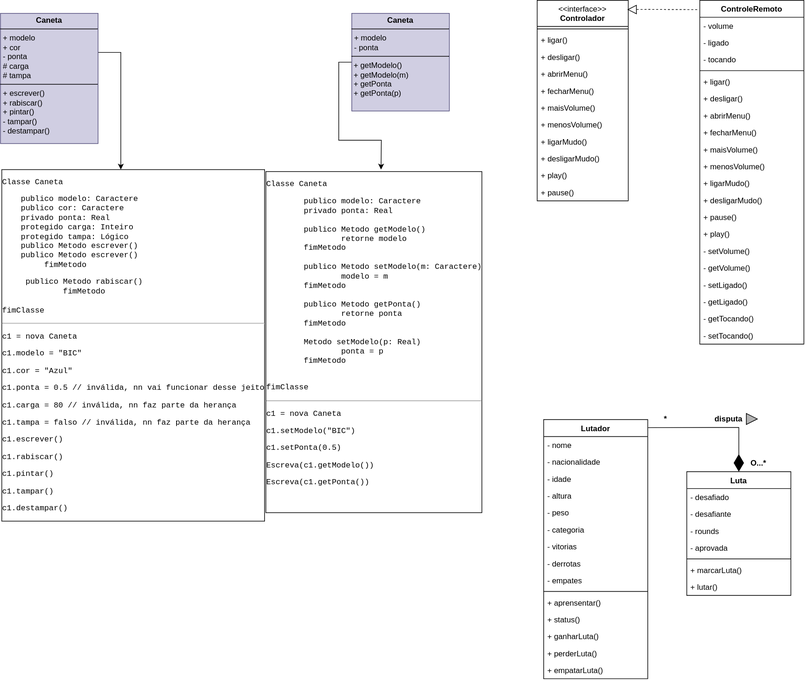
This is VSCode/curso-em-video/Java/diagrams.svg from ryujin-n/Programming, a draw.io export, as it was before one commit. Source tidied: cells renumbered, new cells last; positions are measured from the earlier drawing's top-left corner, leaving out a move shared by most shapes.
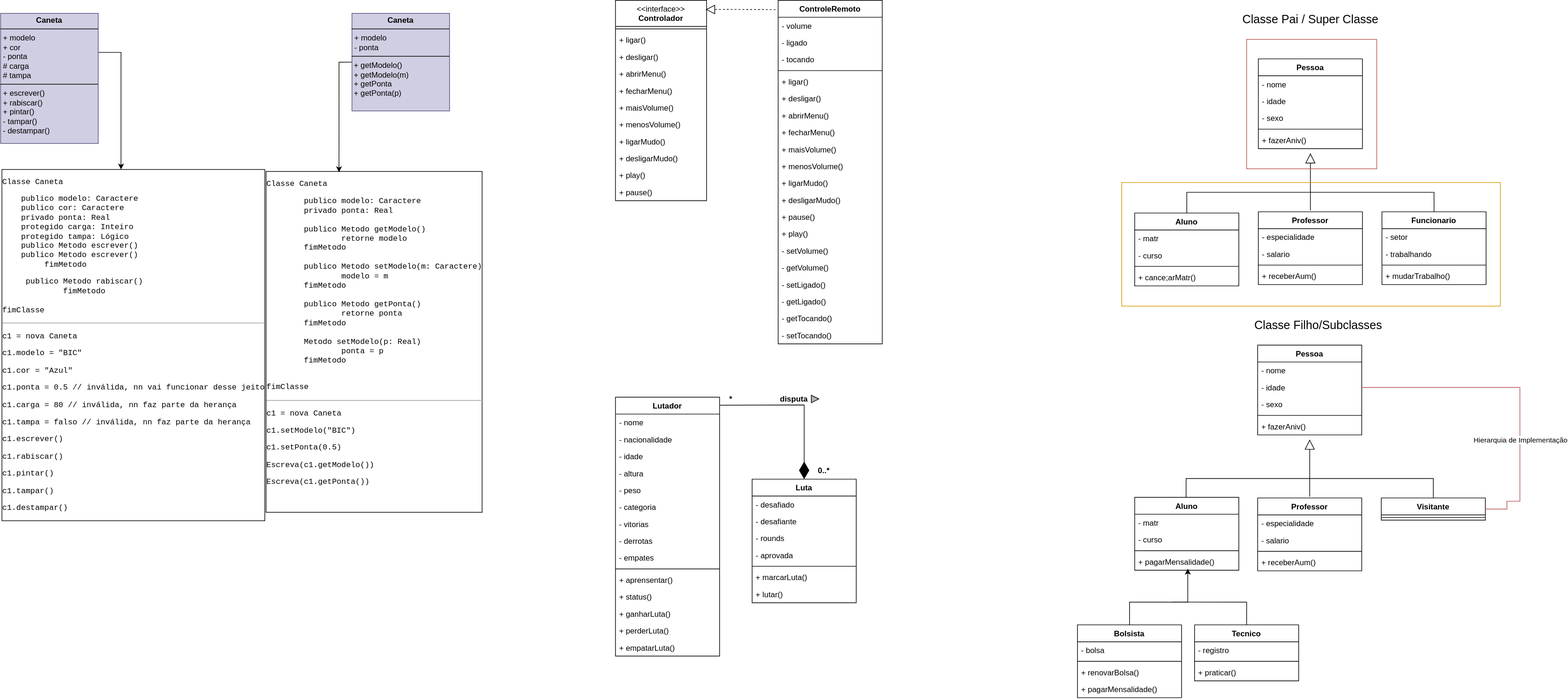
The same diagram one commit later.

Change to the diagram source:
```diff
@@ -5,3 +5,3 @@
     <mxCell id="2" value="&amp;lt;&amp;lt;interface&amp;gt;&amp;gt;&lt;br&gt;&lt;b&gt;Controlador&lt;/b&gt;" style="swimlane;fontStyle=0;align=center;verticalAlign=top;horizontal=1;startSize=40;html=1;whiteSpace=wrap;" parent="1" vertex="1">
-      <mxGeometry x="825" width="140" height="308" as="geometry" />
+      <mxGeometry x="945" width="140" height="308" as="geometry" />
     </mxCell>
@@ -41,3 +41,3 @@
     <mxCell id="14" value="ControleRemoto" style="swimlane;fontStyle=1;align=center;verticalAlign=top;horizontal=1;startSize=26;whiteSpace=wrap;html=1;" parent="1" vertex="1">
-      <mxGeometry x="1075" width="160" height="528" as="geometry" />
+      <mxGeometry x="1195" width="160" height="528" as="geometry" />
     </mxCell>
@@ -106,3 +106,3 @@
         <Array as="points">
-          <mxPoint x="995" y="14" />
+          <mxPoint x="1115" y="14" />
         </Array>
@@ -111,3 +111,3 @@
     <mxCell id="36" value="Lutador" style="swimlane;fontStyle=1;align=center;verticalAlign=top;horizontal=1;startSize=26;whiteSpace=wrap;html=1;" parent="1" vertex="1">
-      <mxGeometry x="835" y="644" width="160" height="398" as="geometry" />
+      <mxGeometry x="945" y="610" width="160" height="398" as="geometry" />
     </mxCell>
@@ -159,3 +159,3 @@
     <mxCell id="52" value="Luta" style="swimlane;fontStyle=1;align=center;verticalAlign=top;horizontal=1;startSize=26;whiteSpace=wrap;html=1;" parent="1" vertex="1">
-      <mxGeometry x="1055" y="724" width="160" height="190" as="geometry" />
+      <mxGeometry x="1155" y="736" width="160" height="190" as="geometry" />
     </mxCell>
@@ -185,3 +185,3 @@
         <Array as="points">
-          <mxPoint x="1135" y="656" />
+          <mxPoint x="1235" y="622" />
         </Array>
@@ -202,5 +202,7 @@
     </mxCell>
-    <mxCell id="64" style="edgeStyle=orthogonalEdgeStyle;rounded=0;jettySize=auto;html=1;exitX=0;exitY=0.5;exitDx=0;exitDy=0;entryX=0.5;entryY=0;entryDx=0;entryDy=0;" parent="1" edge="1" source="65">
+    <mxCell id="64" style="edgeStyle=orthogonalEdgeStyle;rounded=0;jettySize=auto;html=1;exitX=0;exitY=0.5;exitDx=0;exitDy=0;entryX=0.368;entryY=0.008;entryDx=0;entryDy=0;entryPerimeter=0;" parent="1" edge="1" source="65" target="66">
       <mxGeometry relative="1" as="geometry">
-        <mxPoint x="585" y="260" as="targetPoint" />
+        <Array as="points">
+          <mxPoint x="520" y="95" />
+        </Array>
       </mxGeometry>
@@ -214,10 +216,239 @@
     <mxCell id="67" value="*&amp;nbsp; &amp;nbsp; &amp;nbsp; &amp;nbsp; &amp;nbsp; &amp;nbsp; &amp;nbsp; &amp;nbsp; &amp;nbsp; &amp;nbsp; &amp;nbsp; disputa" style="text;align=center;fontStyle=1;verticalAlign=middle;spacingLeft=3;spacingRight=3;strokeColor=none;html=1;" parent="1" vertex="1">
-      <mxGeometry x="1015" y="630" width="130" height="26" as="geometry" />
+      <mxGeometry x="1115" y="600" width="130" height="26" as="geometry" />
     </mxCell>
-    <mxCell id="68" value="O...*" style="text;align=center;fontStyle=1;verticalAlign=middle;spacingLeft=3;spacingRight=3;strokeColor=none;html=1;" parent="1" vertex="1">
-      <mxGeometry x="1125" y="698" width="80" height="26" as="geometry" />
+    <mxCell id="68" value="0..*" style="text;align=center;fontStyle=1;verticalAlign=middle;spacingLeft=3;spacingRight=3;strokeColor=none;html=1;" parent="1" vertex="1">
+      <mxGeometry x="1225" y="710" width="80" height="26" as="geometry" />
     </mxCell>
     <mxCell id="69" style="triangle;whiteSpace=wrap;html=1;fillColor=#B3B3B3;strokeColor=#000000;fillStyle=solid;" parent="1" vertex="1">
-      <mxGeometry x="1146.5" y="634.5" width="17" height="17" as="geometry" />
+      <mxGeometry x="1246" y="607" width="11.5" height="11.5" as="geometry" />
     </mxCell>
+    <mxCell id="70" value="Pessoa" style="swimlane;fontStyle=1;align=center;verticalAlign=top;horizontal=1;startSize=26;whiteSpace=wrap;html=1;" parent="1" vertex="1">
+      <mxGeometry x="1933" y="90" width="160" height="138" as="geometry" />
+    </mxCell>
+    <mxCell id="71" value="- nome" style="text;strokeColor=none;fillColor=none;align=left;verticalAlign=top;spacingLeft=4;spacingRight=4;overflow=hidden;whiteSpace=wrap;html=1;" parent="70" vertex="1">
+      <mxGeometry y="26" width="160" height="26" as="geometry" />
+    </mxCell>
+    <mxCell id="72" value="- idade" style="text;strokeColor=none;fillColor=none;align=left;verticalAlign=top;spacingLeft=4;spacingRight=4;overflow=hidden;whiteSpace=wrap;html=1;" parent="70" vertex="1">
+      <mxGeometry y="52" width="160" height="26" as="geometry" />
+    </mxCell>
+    <mxCell id="73" value="- sexo" style="text;strokeColor=none;fillColor=none;align=left;verticalAlign=top;spacingLeft=4;spacingRight=4;overflow=hidden;whiteSpace=wrap;html=1;" parent="70" vertex="1">
+      <mxGeometry y="78" width="160" height="26" as="geometry" />
+    </mxCell>
+    <mxCell id="74" style="line;strokeWidth=1;fillColor=none;align=left;verticalAlign=middle;spacingTop=-1;spacingLeft=3;spacingRight=3;labelPosition=right;strokeColor=inherit;" parent="70" vertex="1">
+      <mxGeometry y="104" width="160" height="8" as="geometry" />
+    </mxCell>
+    <mxCell id="75" value="+ fazerAniv()" style="text;strokeColor=none;fillColor=none;align=left;verticalAlign=top;spacingLeft=4;spacingRight=4;overflow=hidden;whiteSpace=wrap;html=1;" parent="70" vertex="1">
+      <mxGeometry y="112" width="160" height="26" as="geometry" />
+    </mxCell>
+    <mxCell id="76" style="edgeStyle=orthogonalEdgeStyle;rounded=0;jettySize=auto;html=1;endArrow=block;endFill=0;targetPerimeterSpacing=2;sourcePerimeterSpacing=2;endSize=13;curved=0;strokeColor=default;" parent="1" edge="1" source="77">
+      <mxGeometry relative="1" as="geometry">
+        <mxPoint x="2013" y="235" as="targetPoint" />
+      </mxGeometry>
+    </mxCell>
+    <mxCell id="77" value="Professor" style="swimlane;fontStyle=1;align=center;verticalAlign=top;horizontal=1;startSize=26;whiteSpace=wrap;html=1;" parent="1" vertex="1">
+      <mxGeometry x="1933" y="325" width="160" height="112" as="geometry" />
+    </mxCell>
+    <mxCell id="78" value="- especialidade" style="text;strokeColor=none;fillColor=none;align=left;verticalAlign=top;spacingLeft=4;spacingRight=4;overflow=hidden;whiteSpace=wrap;html=1;" parent="77" vertex="1">
+      <mxGeometry y="26" width="160" height="26" as="geometry" />
+    </mxCell>
+    <mxCell id="79" value="- salario" style="text;strokeColor=none;fillColor=none;align=left;verticalAlign=top;spacingLeft=4;spacingRight=4;overflow=hidden;whiteSpace=wrap;html=1;" parent="77" vertex="1">
+      <mxGeometry y="52" width="160" height="26" as="geometry" />
+    </mxCell>
+    <mxCell id="80" style="line;strokeWidth=1;fillColor=none;align=left;verticalAlign=middle;spacingTop=-1;spacingLeft=3;spacingRight=3;labelPosition=right;strokeColor=inherit;" parent="77" vertex="1">
+      <mxGeometry y="78" width="160" height="8" as="geometry" />
+    </mxCell>
+    <mxCell id="81" value="+ receberAum()" style="text;strokeColor=none;fillColor=none;align=left;verticalAlign=top;spacingLeft=4;spacingRight=4;overflow=hidden;whiteSpace=wrap;html=1;" parent="77" vertex="1">
+      <mxGeometry y="86" width="160" height="26" as="geometry" />
+    </mxCell>
+    <mxCell id="82" style="edgeStyle=orthogonalEdgeStyle;rounded=0;jettySize=auto;html=1;endArrow=none;endFill=0;" parent="1" edge="1" source="83">
+      <mxGeometry relative="1" as="geometry">
+        <mxPoint x="2013" y="295" as="targetPoint" />
+        <Array as="points">
+          <mxPoint x="1823" y="295" />
+        </Array>
+      </mxGeometry>
+    </mxCell>
+    <mxCell id="83" value="Aluno" style="swimlane;fontStyle=1;align=center;verticalAlign=top;horizontal=1;startSize=26;whiteSpace=wrap;html=1;" parent="1" vertex="1">
+      <mxGeometry x="1743" y="327" width="160" height="112" as="geometry" />
+    </mxCell>
+    <mxCell id="84" value="- matr" style="text;strokeColor=none;fillColor=none;align=left;verticalAlign=top;spacingLeft=4;spacingRight=4;overflow=hidden;whiteSpace=wrap;html=1;" parent="83" vertex="1">
+      <mxGeometry y="26" width="160" height="26" as="geometry" />
+    </mxCell>
+    <mxCell id="85" value="- curso" style="text;strokeColor=none;fillColor=none;align=left;verticalAlign=top;spacingLeft=4;spacingRight=4;overflow=hidden;whiteSpace=wrap;html=1;" parent="83" vertex="1">
+      <mxGeometry y="52" width="160" height="26" as="geometry" />
+    </mxCell>
+    <mxCell id="86" style="line;strokeWidth=1;fillColor=none;align=left;verticalAlign=middle;spacingTop=-1;spacingLeft=3;spacingRight=3;labelPosition=right;strokeColor=inherit;" parent="83" vertex="1">
+      <mxGeometry y="78" width="160" height="8" as="geometry" />
+    </mxCell>
+    <mxCell id="87" value="+ cance;arMatr()" style="text;strokeColor=none;fillColor=none;align=left;verticalAlign=top;spacingLeft=4;spacingRight=4;overflow=hidden;whiteSpace=wrap;html=1;" parent="83" vertex="1">
+      <mxGeometry y="86" width="160" height="26" as="geometry" />
+    </mxCell>
+    <mxCell id="88" style="edgeStyle=orthogonalEdgeStyle;rounded=0;jettySize=auto;html=1;endArrow=none;endFill=0;" parent="1" edge="1" source="89">
+      <mxGeometry relative="1" as="geometry">
+        <mxPoint x="2013" y="295" as="targetPoint" />
+        <Array as="points">
+          <mxPoint x="2203" y="295" />
+        </Array>
+      </mxGeometry>
+    </mxCell>
+    <mxCell id="89" value="Funcionario" style="swimlane;fontStyle=1;align=center;verticalAlign=top;horizontal=1;startSize=26;whiteSpace=wrap;html=1;" parent="1" vertex="1">
+      <mxGeometry x="2123" y="325" width="160" height="112" as="geometry" />
+    </mxCell>
+    <mxCell id="90" value="- setor" style="text;strokeColor=none;fillColor=none;align=left;verticalAlign=top;spacingLeft=4;spacingRight=4;overflow=hidden;whiteSpace=wrap;html=1;" parent="89" vertex="1">
+      <mxGeometry y="26" width="160" height="26" as="geometry" />
+    </mxCell>
+    <mxCell id="91" value="- trabalhando" style="text;strokeColor=none;fillColor=none;align=left;verticalAlign=top;spacingLeft=4;spacingRight=4;overflow=hidden;whiteSpace=wrap;html=1;" parent="89" vertex="1">
+      <mxGeometry y="52" width="160" height="26" as="geometry" />
+    </mxCell>
+    <mxCell id="92" style="line;strokeWidth=1;fillColor=none;align=left;verticalAlign=middle;spacingTop=-1;spacingLeft=3;spacingRight=3;labelPosition=right;strokeColor=inherit;" parent="89" vertex="1">
+      <mxGeometry y="78" width="160" height="8" as="geometry" />
+    </mxCell>
+    <mxCell id="93" value="+ mudarTrabalho()" style="text;strokeColor=none;fillColor=none;align=left;verticalAlign=top;spacingLeft=4;spacingRight=4;overflow=hidden;whiteSpace=wrap;html=1;" parent="89" vertex="1">
+      <mxGeometry y="86" width="160" height="26" as="geometry" />
+    </mxCell>
+    <mxCell id="94" value="&lt;font style=&quot;font-size: 18px;&quot;&gt;Classe Pai / Super Classe&lt;/font&gt;" style="text;html=1;align=center;verticalAlign=middle;strokeColor=none;fillColor=none;" parent="1" vertex="1">
+      <mxGeometry x="1898" y="10" width="230" height="40" as="geometry" />
+    </mxCell>
+    <mxCell id="95" value="&lt;font style=&quot;font-size: 18px;&quot;&gt;Classe Filho/Subclasses&lt;/font&gt;" style="text;html=1;align=center;verticalAlign=middle;strokeColor=none;fillColor=none;" parent="1" vertex="1">
+      <mxGeometry x="1915" y="480" width="220" height="40" as="geometry" />
+    </mxCell>
+    <mxCell id="96" style="whiteSpace=wrap;html=1;fillColor=none;strokeColor=#b85450;" parent="1" vertex="1">
+      <mxGeometry x="1915" y="60" width="200" height="199" as="geometry" />
+    </mxCell>
+    <mxCell id="97" style="whiteSpace=wrap;html=1;fillColor=none;strokeColor=#d79b00;" parent="1" vertex="1">
+      <mxGeometry x="1723" y="280" width="582" height="190" as="geometry" />
+    </mxCell>
+    <mxCell id="98" value="Pessoa" style="swimlane;fontStyle=1;align=center;verticalAlign=top;horizontal=1;startSize=26;whiteSpace=wrap;html=1;" parent="1" vertex="1">
+      <mxGeometry x="1932" y="530" width="160" height="138" as="geometry" />
+    </mxCell>
+    <mxCell id="99" value="- nome" style="text;strokeColor=none;fillColor=none;align=left;verticalAlign=top;spacingLeft=4;spacingRight=4;overflow=hidden;whiteSpace=wrap;html=1;" parent="98" vertex="1">
+      <mxGeometry y="26" width="160" height="26" as="geometry" />
+    </mxCell>
+    <mxCell id="100" value="- idade" style="text;strokeColor=none;fillColor=none;align=left;verticalAlign=top;spacingLeft=4;spacingRight=4;overflow=hidden;points=[[0,0.5],[1,0.5]];portConstraint=eastwest;whiteSpace=wrap;html=1;" parent="98" vertex="1">
+      <mxGeometry y="52" width="160" height="26" as="geometry" />
+    </mxCell>
+    <mxCell id="101" value="- sexo" style="text;strokeColor=none;fillColor=none;align=left;verticalAlign=top;spacingLeft=4;spacingRight=4;overflow=hidden;whiteSpace=wrap;html=1;" parent="98" vertex="1">
+      <mxGeometry y="78" width="160" height="26" as="geometry" />
+    </mxCell>
+    <mxCell id="102" style="line;strokeWidth=1;fillColor=none;align=left;verticalAlign=middle;spacingTop=-1;spacingLeft=3;spacingRight=3;labelPosition=right;strokeColor=inherit;" parent="98" vertex="1">
+      <mxGeometry y="104" width="160" height="8" as="geometry" />
+    </mxCell>
+    <mxCell id="103" value="+ fazerAniv()" style="text;strokeColor=none;fillColor=none;align=left;verticalAlign=top;spacingLeft=4;spacingRight=4;overflow=hidden;whiteSpace=wrap;html=1;" parent="98" vertex="1">
+      <mxGeometry y="112" width="160" height="26" as="geometry" />
+    </mxCell>
+    <mxCell id="104" style="edgeStyle=orthogonalEdgeStyle;rounded=0;jettySize=auto;html=1;endArrow=block;endFill=0;targetPerimeterSpacing=2;sourcePerimeterSpacing=2;endSize=13;curved=0;strokeColor=default;" parent="1" edge="1" source="105">
+      <mxGeometry relative="1" as="geometry">
+        <mxPoint x="2012" y="675" as="targetPoint" />
+      </mxGeometry>
+    </mxCell>
+    <mxCell id="105" value="Professor" style="swimlane;fontStyle=1;align=center;verticalAlign=top;horizontal=1;startSize=26;whiteSpace=wrap;html=1;" parent="1" vertex="1">
+      <mxGeometry x="1932" y="765" width="160" height="112" as="geometry" />
+    </mxCell>
+    <mxCell id="106" value="- especialidade" style="text;strokeColor=none;fillColor=none;align=left;verticalAlign=top;spacingLeft=4;spacingRight=4;overflow=hidden;whiteSpace=wrap;html=1;" parent="105" vertex="1">
+      <mxGeometry y="26" width="160" height="26" as="geometry" />
+    </mxCell>
+    <mxCell id="107" value="- salario" style="text;strokeColor=none;fillColor=none;align=left;verticalAlign=top;spacingLeft=4;spacingRight=4;overflow=hidden;whiteSpace=wrap;html=1;" parent="105" vertex="1">
+      <mxGeometry y="52" width="160" height="26" as="geometry" />
+    </mxCell>
+    <mxCell id="108" style="line;strokeWidth=1;fillColor=none;align=left;verticalAlign=middle;spacingTop=-1;spacingLeft=3;spacingRight=3;labelPosition=right;strokeColor=inherit;" parent="105" vertex="1">
+      <mxGeometry y="78" width="160" height="8" as="geometry" />
+    </mxCell>
+    <mxCell id="109" value="+ receberAum()" style="text;strokeColor=none;fillColor=none;align=left;verticalAlign=top;spacingLeft=4;spacingRight=4;overflow=hidden;whiteSpace=wrap;html=1;" parent="105" vertex="1">
+      <mxGeometry y="86" width="160" height="26" as="geometry" />
+    </mxCell>
+    <mxCell id="110" style="edgeStyle=orthogonalEdgeStyle;rounded=0;jettySize=auto;html=1;endArrow=none;endFill=0;" parent="1" edge="1" source="111">
+      <mxGeometry relative="1" as="geometry">
+        <mxPoint x="2012" y="735" as="targetPoint" />
+        <Array as="points">
+          <mxPoint x="1822" y="735" />
+        </Array>
+      </mxGeometry>
+    </mxCell>
+    <mxCell id="111" value="Aluno" style="swimlane;fontStyle=1;align=center;verticalAlign=top;horizontal=1;startSize=26;whiteSpace=wrap;html=1;" parent="1" vertex="1">
+      <mxGeometry x="1743" y="764" width="160" height="112" as="geometry" />
+    </mxCell>
+    <mxCell id="112" value="- matr" style="text;strokeColor=none;fillColor=none;align=left;verticalAlign=top;spacingLeft=4;spacingRight=4;overflow=hidden;whiteSpace=wrap;html=1;" parent="111" vertex="1">
+      <mxGeometry y="26" width="160" height="26" as="geometry" />
+    </mxCell>
+    <mxCell id="113" value="- curso" style="text;strokeColor=none;fillColor=none;align=left;verticalAlign=top;spacingLeft=4;spacingRight=4;overflow=hidden;whiteSpace=wrap;html=1;" parent="111" vertex="1">
+      <mxGeometry y="52" width="160" height="26" as="geometry" />
+    </mxCell>
+    <mxCell id="114" style="line;strokeWidth=1;fillColor=none;align=left;verticalAlign=middle;spacingTop=-1;spacingLeft=3;spacingRight=3;labelPosition=right;strokeColor=inherit;" parent="111" vertex="1">
+      <mxGeometry y="78" width="160" height="8" as="geometry" />
+    </mxCell>
+    <mxCell id="115" value="+ pagarMensalidade()" style="text;strokeColor=none;fillColor=none;align=left;verticalAlign=top;spacingLeft=4;spacingRight=4;overflow=hidden;points=[[0,0.5],[1,0.5]];portConstraint=eastwest;whiteSpace=wrap;html=1;" parent="111" vertex="1">
+      <mxGeometry y="86" width="160" height="26" as="geometry" />
+    </mxCell>
+    <mxCell id="116" style="edgeStyle=orthogonalEdgeStyle;rounded=0;jettySize=auto;html=1;endArrow=none;endFill=0;" parent="1" edge="1" source="117">
+      <mxGeometry relative="1" as="geometry">
+        <mxPoint x="2012" y="735" as="targetPoint" />
+        <Array as="points">
+          <mxPoint x="2202" y="735" />
+        </Array>
+      </mxGeometry>
+    </mxCell>
+    <mxCell id="117" value="Visitante" style="swimlane;fontStyle=1;align=center;verticalAlign=top;horizontal=1;startSize=26;whiteSpace=wrap;html=1;" parent="1" vertex="1">
+      <mxGeometry x="2122" y="765" width="160" height="34" as="geometry" />
+    </mxCell>
+    <mxCell id="118" style="line;strokeWidth=1;fillColor=none;align=left;verticalAlign=middle;spacingTop=-1;spacingLeft=3;spacingRight=3;labelPosition=right;strokeColor=inherit;" parent="117" vertex="1">
+      <mxGeometry y="26" width="160" height="8" as="geometry" />
+    </mxCell>
+    <mxCell id="119" style="edgeStyle=orthogonalEdgeStyle;rounded=0;jettySize=auto;html=1;entryX=0.51;entryY=0.913;entryDx=0;entryDy=0;entryPerimeter=0;" parent="1" edge="1" source="120" target="115">
+      <mxGeometry relative="1" as="geometry">
+        <Array as="points">
+          <mxPoint x="1735" y="925" />
+          <mxPoint x="1825" y="925" />
+        </Array>
+      </mxGeometry>
+    </mxCell>
+    <mxCell id="120" value="Bolsista" style="swimlane;fontStyle=1;align=center;verticalAlign=top;horizontal=1;startSize=26;whiteSpace=wrap;html=1;" parent="1" vertex="1">
+      <mxGeometry x="1655" y="960" width="160" height="112" as="geometry" />
+    </mxCell>
+    <mxCell id="121" value="- bolsa" style="text;strokeColor=none;fillColor=none;align=left;verticalAlign=top;spacingLeft=4;spacingRight=4;overflow=hidden;whiteSpace=wrap;html=1;" parent="120" vertex="1">
+      <mxGeometry y="26" width="160" height="26" as="geometry" />
+    </mxCell>
+    <mxCell id="122" style="line;strokeWidth=1;fillColor=none;align=left;verticalAlign=middle;spacingTop=-1;spacingLeft=3;spacingRight=3;labelPosition=right;strokeColor=inherit;" parent="120" vertex="1">
+      <mxGeometry y="52" width="160" height="8" as="geometry" />
+    </mxCell>
+    <mxCell id="123" value="+ renovarBolsa()" style="text;strokeColor=none;fillColor=none;align=left;verticalAlign=top;spacingLeft=4;spacingRight=4;overflow=hidden;whiteSpace=wrap;html=1;" parent="120" vertex="1">
+      <mxGeometry y="60" width="160" height="26" as="geometry" />
+    </mxCell>
+    <mxCell id="124" value="+ pagarMensalidade()" style="text;strokeColor=none;fillColor=none;align=left;verticalAlign=top;spacingLeft=4;spacingRight=4;overflow=hidden;whiteSpace=wrap;html=1;" parent="120" vertex="1">
+      <mxGeometry y="86" width="160" height="26" as="geometry" />
+    </mxCell>
+    <mxCell id="125" value="Tecnico" style="swimlane;fontStyle=1;align=center;verticalAlign=top;horizontal=1;startSize=26;whiteSpace=wrap;html=1;" parent="1" vertex="1">
+      <mxGeometry x="1835" y="960" width="160" height="86" as="geometry" />
+    </mxCell>
+    <mxCell id="126" value="- registro" style="text;strokeColor=none;fillColor=none;align=left;verticalAlign=top;spacingLeft=4;spacingRight=4;overflow=hidden;whiteSpace=wrap;html=1;" parent="125" vertex="1">
+      <mxGeometry y="26" width="160" height="26" as="geometry" />
+    </mxCell>
+    <mxCell id="127" style="line;strokeWidth=1;fillColor=none;align=left;verticalAlign=middle;spacingTop=-1;spacingLeft=3;spacingRight=3;labelPosition=right;strokeColor=inherit;" parent="125" vertex="1">
+      <mxGeometry y="52" width="160" height="8" as="geometry" />
+    </mxCell>
+    <mxCell id="128" value="+ praticar()" style="text;strokeColor=none;fillColor=none;align=left;verticalAlign=top;spacingLeft=4;spacingRight=4;overflow=hidden;whiteSpace=wrap;html=1;" parent="125" vertex="1">
+      <mxGeometry y="60" width="160" height="26" as="geometry" />
+    </mxCell>
+    <mxCell id="129" style="edgeStyle=orthogonalEdgeStyle;rounded=0;jettySize=auto;html=1;exitX=0.5;exitY=0;exitDx=0;exitDy=0;endArrow=none;endFill=0;" parent="1" edge="1" source="125">
+      <mxGeometry relative="1" as="geometry">
+        <mxPoint x="1801" y="925" as="targetPoint" />
+        <Array as="points">
+          <mxPoint x="1915" y="925" />
+        </Array>
+      </mxGeometry>
+    </mxCell>
+    <mxCell id="130" style="edgeStyle=segmentEdgeStyle;endArrow=none;html=1;curved=0;rounded=0;endSize=8;startSize=8;sourcePerimeterSpacing=0;targetPerimeterSpacing=0;exitX=1;exitY=0.5;exitDx=0;exitDy=0;entryX=1;entryY=0.5;entryDx=0;entryDy=0;fillColor=#f8cecc;strokeColor=#b85450;endFill=0;" parent="1" edge="1" source="117" target="100">
+      <mxGeometry relative="1" as="geometry">
+        <Array as="points">
+          <mxPoint x="2315" y="782" />
+          <mxPoint x="2315" y="770" />
+          <mxPoint x="2335" y="770" />
+          <mxPoint x="2335" y="595" />
+        </Array>
+      </mxGeometry>
+    </mxCell>
+    <mxCell id="131" value="Hierarquia de Implementação" style="edgeLabel;html=1;align=center;verticalAlign=middle;" parent="130" vertex="1">
+      <mxGeometry x="0.4" y="-3" relative="1" as="geometry">
+        <mxPoint x="98" y="83" as="offset" />
+      </mxGeometry>
+    </mxCell>
   </root>
```
